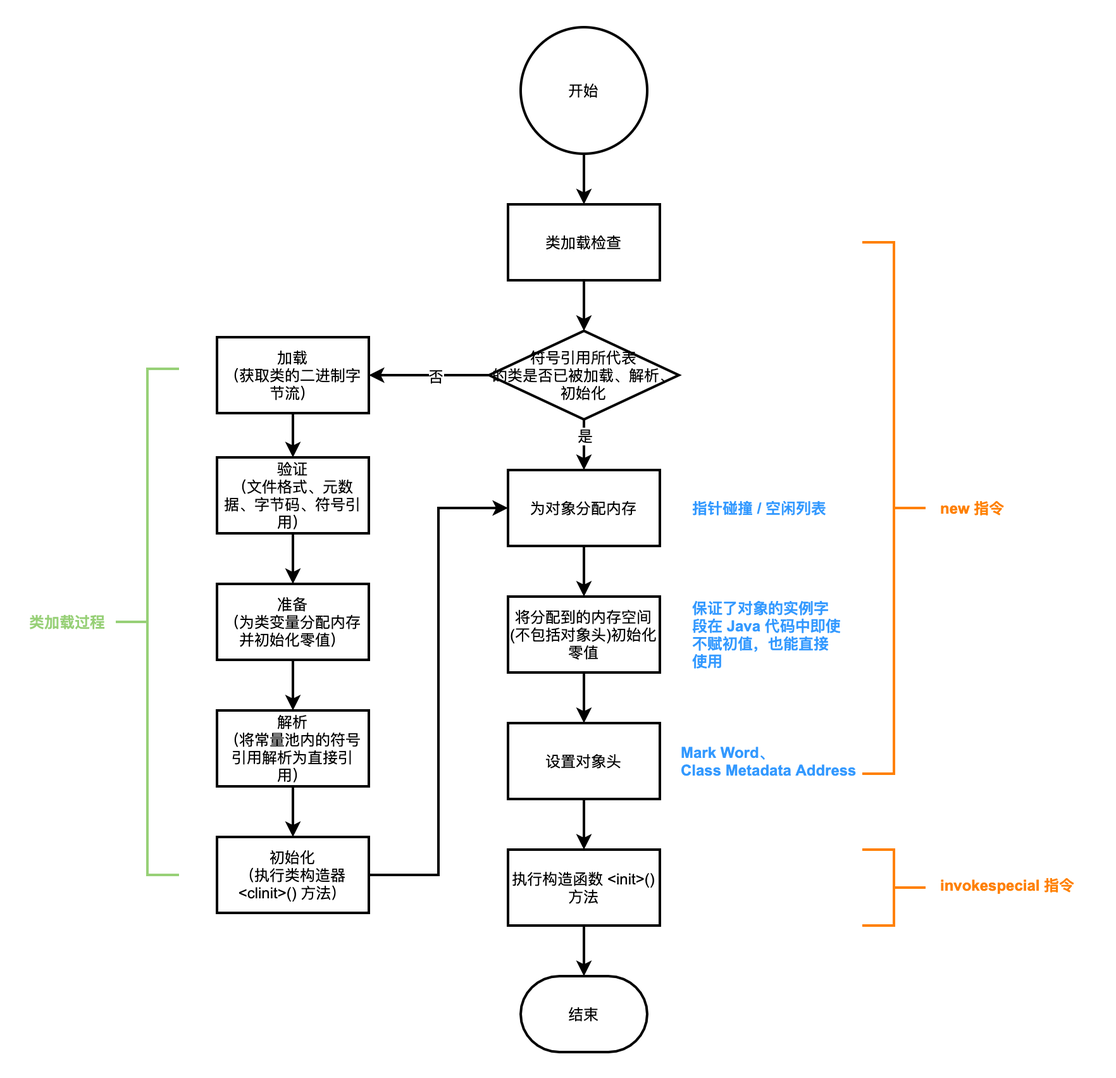
Earlier version of the draw.io export src/notes/jvm/image/普通对象创建流程.png (piaolingluo/piaolingluo.github.io). Source tidied: cells renumbered, new cells last; positions are measured from the earlier drawing's top-left corner, leaving out a move shared by most shapes.
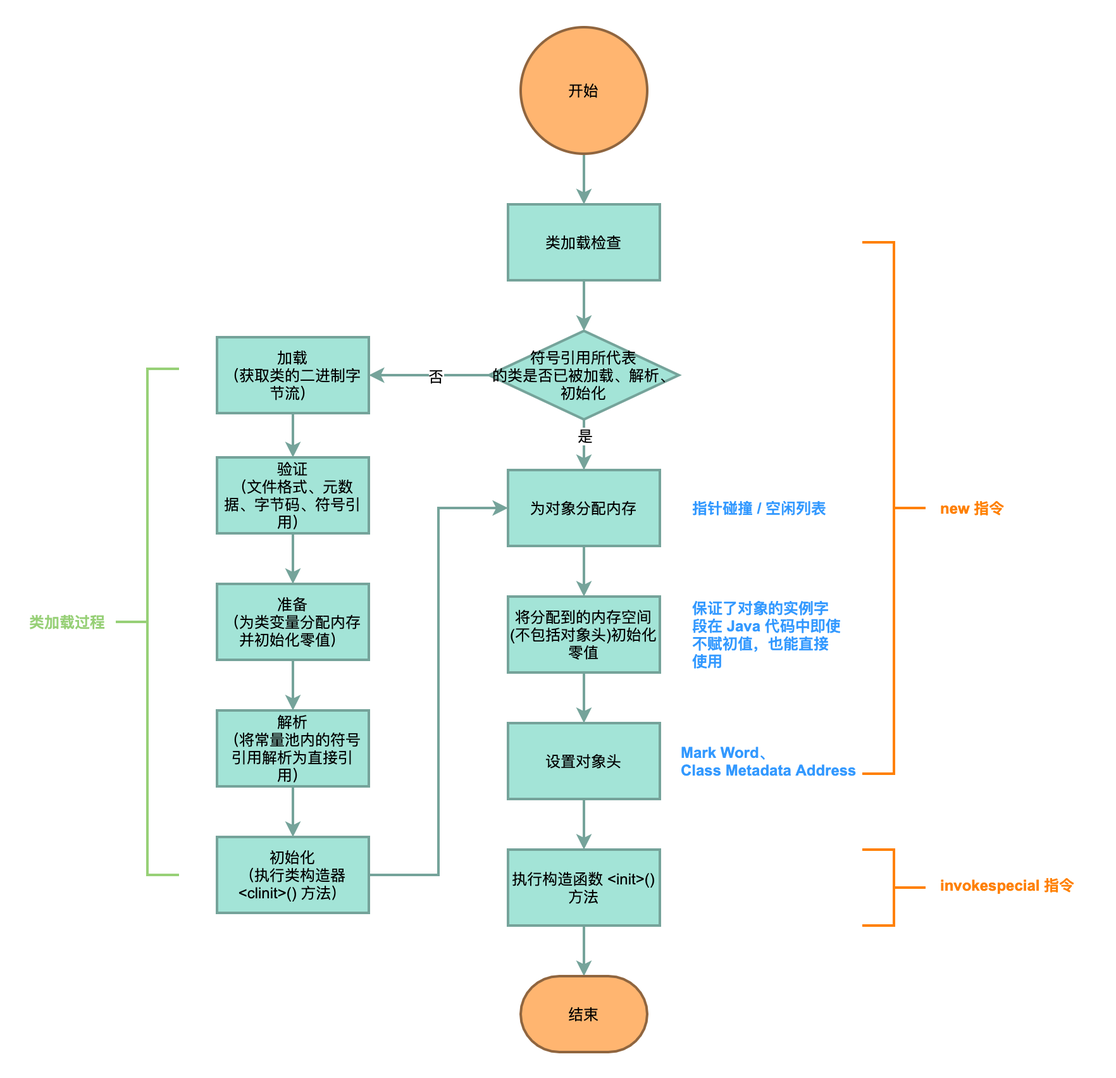
After the change.

Change to the diagram source:
```diff
@@ -2,88 +2,88 @@
   <root>
     <mxCell id="0" />
     <mxCell id="1" parent="0" />
-    <mxCell id="2" style="edgeStyle=orthogonalEdgeStyle;rounded=0;jettySize=auto;html=1;" parent="1" edge="1" source="3" target="5">
+    <mxCell id="2" style="edgeStyle=orthogonalEdgeStyle;rounded=0;jettySize=auto;html=1;strokeColor=#75A39A;" parent="1" edge="1" source="3" target="5">
       <mxGeometry relative="1" as="geometry" />
     </mxCell>
-    <mxCell id="3" value="开始" style="strokeWidth=2;html=1;shape=mxgraph.flowchart.start_2;whiteSpace=wrap;" parent="1" vertex="1">
+    <mxCell id="3" value="开始" style="strokeWidth=2;html=1;shape=mxgraph.flowchart.start_2;whiteSpace=wrap;fillColor=#FFB570;strokeColor=#8F653F;" parent="1" vertex="1">
       <mxGeometry x="390" width="100" height="100" as="geometry" />
     </mxCell>
-    <mxCell id="4" style="edgeStyle=orthogonalEdgeStyle;rounded=0;jettySize=auto;html=1;" parent="1" edge="1" source="5" target="10">
+    <mxCell id="4" style="edgeStyle=orthogonalEdgeStyle;rounded=0;jettySize=auto;html=1;strokeColor=#75A39A;" parent="1" edge="1" source="5" target="10">
       <mxGeometry relative="1" as="geometry" />
     </mxCell>
-    <mxCell id="5" value="类加载检查" style="whiteSpace=wrap;html=1;" parent="1" vertex="1">
+    <mxCell id="5" value="类加载检查" style="whiteSpace=wrap;html=1;fillColor=#A3E4D7;strokeColor=#75A39A;" parent="1" vertex="1">
       <mxGeometry x="380" y="140" width="120" height="60" as="geometry" />
     </mxCell>
-    <mxCell id="6" style="edgeStyle=orthogonalEdgeStyle;rounded=0;jettySize=auto;html=1;" parent="1" edge="1" source="10" target="12">
+    <mxCell id="6" style="edgeStyle=orthogonalEdgeStyle;rounded=0;jettySize=auto;html=1;strokeColor=#75A39A;" parent="1" edge="1" source="10" target="12">
       <mxGeometry relative="1" as="geometry" />
     </mxCell>
     <mxCell id="7" value="是" style="edgeLabel;html=1;align=center;verticalAlign=middle;" parent="6" vertex="1">
       <mxGeometry x="-0.4" relative="1" as="geometry" />
     </mxCell>
-    <mxCell id="8" style="edgeStyle=orthogonalEdgeStyle;rounded=0;jettySize=auto;html=1;" parent="1" edge="1" source="10" target="20">
+    <mxCell id="8" style="edgeStyle=orthogonalEdgeStyle;rounded=0;jettySize=auto;html=1;strokeColor=#75A39A;" parent="1" edge="1" source="10" target="20">
       <mxGeometry relative="1" as="geometry" />
     </mxCell>
     <mxCell id="9" value="否" style="edgeLabel;html=1;align=center;verticalAlign=middle;" parent="8" vertex="1">
       <mxGeometry x="-0.09" relative="1" as="geometry" />
     </mxCell>
-    <mxCell id="10" value="符号引用所代表&lt;br&gt;的类是否已被加载、解析、初始化" style="rhombus;whiteSpace=wrap;html=1;" parent="1" vertex="1">
+    <mxCell id="10" value="符号引用所代表&lt;br&gt;的类是否已被加载、解析、初始化" style="rhombus;whiteSpace=wrap;html=1;strokeColor=#75A39A;fillColor=#A3E4D7;" parent="1" vertex="1">
       <mxGeometry x="365" y="240" width="150" height="70" as="geometry" />
     </mxCell>
-    <mxCell id="11" style="edgeStyle=orthogonalEdgeStyle;rounded=0;jettySize=auto;html=1;" parent="1" edge="1" source="12" target="14">
+    <mxCell id="11" style="edgeStyle=orthogonalEdgeStyle;rounded=0;jettySize=auto;html=1;strokeColor=#75A39A;" parent="1" edge="1" source="12" target="14">
       <mxGeometry relative="1" as="geometry" />
     </mxCell>
-    <mxCell id="12" value="为对象分配内存" style="whiteSpace=wrap;html=1;" parent="1" vertex="1">
+    <mxCell id="12" value="为对象分配内存" style="whiteSpace=wrap;html=1;strokeColor=#75A39A;fillColor=#A3E4D7;" parent="1" vertex="1">
       <mxGeometry x="380" y="350" width="120" height="60" as="geometry" />
     </mxCell>
-    <mxCell id="13" style="edgeStyle=orthogonalEdgeStyle;rounded=0;jettySize=auto;html=1;" parent="1" edge="1" source="14" target="16">
+    <mxCell id="13" style="edgeStyle=orthogonalEdgeStyle;rounded=0;jettySize=auto;html=1;strokeColor=#75A39A;" parent="1" edge="1" source="14" target="16">
       <mxGeometry relative="1" as="geometry" />
     </mxCell>
-    <mxCell id="14" value="将分配到的内存空间(不包括对象头)初始化零值" style="whiteSpace=wrap;html=1;" parent="1" vertex="1">
+    <mxCell id="14" value="将分配到的内存空间(不包括对象头)初始化零值" style="whiteSpace=wrap;html=1;strokeColor=#75A39A;fillColor=#A3E4D7;" parent="1" vertex="1">
       <mxGeometry x="380" y="450" width="120" height="60" as="geometry" />
     </mxCell>
-    <mxCell id="15" style="edgeStyle=orthogonalEdgeStyle;rounded=0;jettySize=auto;html=1;" parent="1" edge="1" source="16" target="18">
+    <mxCell id="15" style="edgeStyle=orthogonalEdgeStyle;rounded=0;jettySize=auto;html=1;strokeColor=#75A39A;" parent="1" edge="1" source="16" target="18">
       <mxGeometry relative="1" as="geometry" />
     </mxCell>
-    <mxCell id="16" value="设置对象头" style="whiteSpace=wrap;html=1;" parent="1" vertex="1">
+    <mxCell id="16" value="设置对象头" style="whiteSpace=wrap;html=1;strokeColor=#75A39A;fillColor=#A3E4D7;" parent="1" vertex="1">
       <mxGeometry x="380" y="550" width="120" height="60" as="geometry" />
     </mxCell>
-    <mxCell id="17" style="edgeStyle=orthogonalEdgeStyle;rounded=0;jettySize=auto;html=1;" parent="1" edge="1" source="18" target="29">
+    <mxCell id="17" style="edgeStyle=orthogonalEdgeStyle;rounded=0;jettySize=auto;html=1;strokeColor=#75A39A;" parent="1" edge="1" source="18" target="29">
       <mxGeometry relative="1" as="geometry" />
     </mxCell>
-    <mxCell id="18" value="执行构造函数 &amp;lt;init&amp;gt;() 方法" style="whiteSpace=wrap;html=1;" parent="1" vertex="1">
+    <mxCell id="18" value="执行构造函数 &amp;lt;init&amp;gt;() 方法" style="whiteSpace=wrap;html=1;strokeColor=#75A39A;fillColor=#A3E4D7;" parent="1" vertex="1">
       <mxGeometry x="380" y="650" width="120" height="60" as="geometry" />
     </mxCell>
-    <mxCell id="19" style="edgeStyle=orthogonalEdgeStyle;rounded=0;jettySize=auto;html=1;" parent="1" edge="1" source="20" target="22">
+    <mxCell id="19" style="edgeStyle=orthogonalEdgeStyle;rounded=0;jettySize=auto;html=1;strokeColor=#75A39A;" parent="1" edge="1" source="20" target="22">
       <mxGeometry relative="1" as="geometry" />
     </mxCell>
-    <mxCell id="20" value="加载&lt;br&gt;（获取类的二进制字节流）" style="whiteSpace=wrap;html=1;" parent="1" vertex="1">
+    <mxCell id="20" value="加载&lt;br&gt;（获取类的二进制字节流）" style="whiteSpace=wrap;html=1;strokeColor=#75A39A;fillColor=#A3E4D7;" parent="1" vertex="1">
       <mxGeometry x="150" y="245" width="120" height="60" as="geometry" />
     </mxCell>
-    <mxCell id="21" style="edgeStyle=orthogonalEdgeStyle;rounded=0;jettySize=auto;html=1;" parent="1" edge="1" source="22" target="24">
+    <mxCell id="21" style="edgeStyle=orthogonalEdgeStyle;rounded=0;jettySize=auto;html=1;strokeColor=#75A39A;" parent="1" edge="1" source="22" target="24">
       <mxGeometry relative="1" as="geometry" />
     </mxCell>
-    <mxCell id="22" value="验证&lt;br&gt;（文件格式、元数据、字节码、符号引用）" style="whiteSpace=wrap;html=1;" parent="1" vertex="1">
+    <mxCell id="22" value="验证&lt;br&gt;（文件格式、元数据、字节码、符号引用）" style="whiteSpace=wrap;html=1;strokeColor=#75A39A;fillColor=#A3E4D7;" parent="1" vertex="1">
       <mxGeometry x="150" y="340" width="120" height="60" as="geometry" />
     </mxCell>
-    <mxCell id="23" style="edgeStyle=orthogonalEdgeStyle;rounded=0;jettySize=auto;html=1;" parent="1" edge="1" source="24" target="26">
+    <mxCell id="23" style="edgeStyle=orthogonalEdgeStyle;rounded=0;jettySize=auto;html=1;strokeColor=#75A39A;" parent="1" edge="1" source="24" target="26">
       <mxGeometry relative="1" as="geometry" />
     </mxCell>
-    <mxCell id="24" value="准备&lt;br&gt;（为类变量分配内存并初始化零值）" style="whiteSpace=wrap;html=1;" parent="1" vertex="1">
+    <mxCell id="24" value="准备&lt;br&gt;（为类变量分配内存并初始化零值）" style="whiteSpace=wrap;html=1;strokeColor=#75A39A;fillColor=#A3E4D7;" parent="1" vertex="1">
       <mxGeometry x="150" y="440" width="120" height="60" as="geometry" />
     </mxCell>
-    <mxCell id="25" style="edgeStyle=orthogonalEdgeStyle;rounded=0;jettySize=auto;html=1;" parent="1" edge="1" source="26" target="28">
+    <mxCell id="25" style="edgeStyle=orthogonalEdgeStyle;rounded=0;jettySize=auto;html=1;strokeColor=#75A39A;" parent="1" edge="1" source="26" target="28">
       <mxGeometry relative="1" as="geometry" />
     </mxCell>
-    <mxCell id="26" value="解析&lt;br&gt;（将常量池内的符号引用解析为直接引用）" style="whiteSpace=wrap;html=1;" parent="1" vertex="1">
+    <mxCell id="26" value="解析&lt;br&gt;（将常量池内的符号引用解析为直接引用）" style="whiteSpace=wrap;html=1;strokeColor=#75A39A;fillColor=#A3E4D7;" parent="1" vertex="1">
       <mxGeometry x="150" y="540" width="120" height="60" as="geometry" />
     </mxCell>
-    <mxCell id="27" style="edgeStyle=orthogonalEdgeStyle;rounded=0;jettySize=auto;html=1;entryX=0;entryY=0.5;entryDx=0;entryDy=0;" parent="1" edge="1" source="28" target="12">
+    <mxCell id="27" style="edgeStyle=orthogonalEdgeStyle;rounded=0;jettySize=auto;html=1;entryX=0;entryY=0.5;entryDx=0;entryDy=0;strokeColor=#75A39A;" parent="1" edge="1" source="28" target="12">
       <mxGeometry relative="1" as="geometry" />
     </mxCell>
-    <mxCell id="28" value="初始化&lt;br&gt;（执行类构造器 &amp;lt;clinit&amp;gt;() 方法）" style="whiteSpace=wrap;html=1;" parent="1" vertex="1">
+    <mxCell id="28" value="初始化&lt;br&gt;（执行类构造器 &amp;lt;clinit&amp;gt;() 方法）" style="whiteSpace=wrap;html=1;strokeColor=#75A39A;fillColor=#A3E4D7;" parent="1" vertex="1">
       <mxGeometry x="150" y="640" width="120" height="60" as="geometry" />
     </mxCell>
-    <mxCell id="29" value="结束" style="strokeWidth=2;html=1;shape=mxgraph.flowchart.terminator;whiteSpace=wrap;" parent="1" vertex="1">
+    <mxCell id="29" value="结束" style="strokeWidth=2;html=1;shape=mxgraph.flowchart.terminator;whiteSpace=wrap;fillColor=#FFB570;strokeColor=#8F653F;" parent="1" vertex="1">
       <mxGeometry x="390" y="750" width="100" height="60" as="geometry" />
     </mxCell>
     <mxCell id="30" value="&lt;font color=&quot;#3399ff&quot;&gt;&lt;b&gt;指针碰撞 / 空闲列表&lt;/b&gt;&lt;/font&gt;" style="text;html=1;strokeColor=none;fillColor=none;align=left;verticalAlign=middle;whiteSpace=wrap;rounded=0;" parent="1" vertex="1">
```
